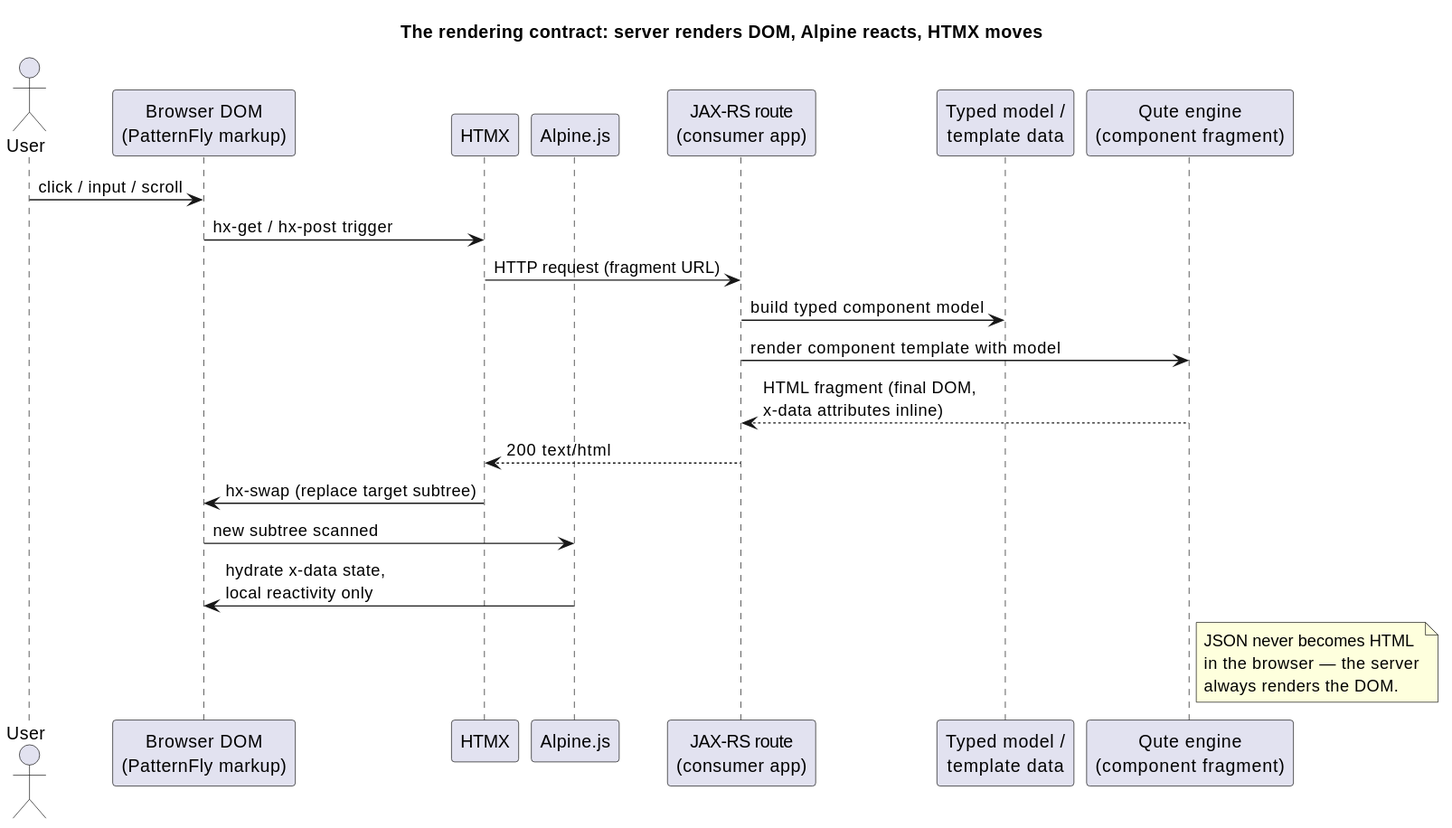
SiteNetSoft/quarkus-pha keeps this PlantUML diagram as docs/diagrams/sequence-htmx-render.svg. Above is the earlier version. The source it was exported from:
```plantuml
@startuml
title The rendering contract: server renders DOM, Alpine reacts, HTMX moves

actor User
participant "Browser DOM\n(PatternFly markup)" as DOM
participant "HTMX" as HTMX
participant "Alpine.js" as Alpine
participant "JAX-RS route\n(consumer app)" as Route
participant "Typed model /\ntemplate data" as Model
participant "Qute engine\n(component fragment)" as Qute

User -> DOM : click / input / scroll
DOM -> HTMX : hx-get / hx-post trigger
HTMX -> Route : HTTP request (fragment URL)
Route -> Model : build typed component model
Route -> Qute : render component template with model
Qute --> Route : HTML fragment (final DOM,\nx-data attributes inline)
Route --> HTMX : 200 text/html
HTMX -> DOM : hx-swap (replace target subtree)
DOM -> Alpine : new subtree scanned
Alpine -> DOM : hydrate x-data state,\nlocal reactivity only
note right of Qute
  JSON never becomes HTML
  in the browser — the server
  always renders the DOM.
end note
@enduml
```
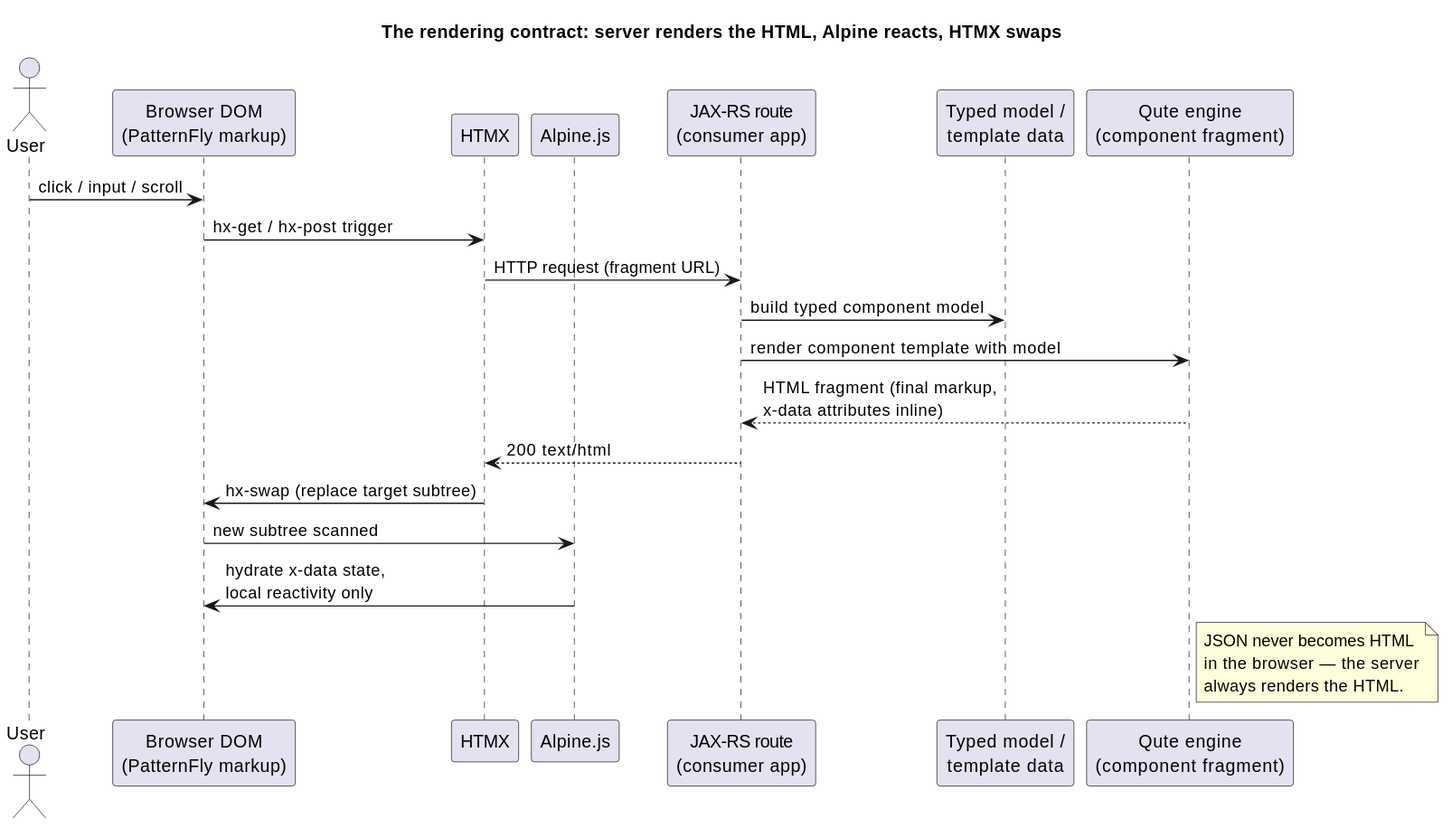
The same file after the commit.

What changed in the source:
```diff
@@ -1,5 +1,5 @@
 @startuml
-title The rendering contract: server renders DOM, Alpine reacts, HTMX moves
+title The rendering contract: server renders the HTML, Alpine reacts, HTMX swaps
 
 actor User
 participant "Browser DOM\n(PatternFly markup)" as DOM
@@ -14,7 +14,7 @@
 HTMX -> Route : HTTP request (fragment URL)
 Route -> Model : build typed component model
 Route -> Qute : render component template with model
-Qute --> Route : HTML fragment (final DOM,\nx-data attributes inline)
+Qute --> Route : HTML fragment (final markup,\nx-data attributes inline)
 Route --> HTMX : 200 text/html
 HTMX -> DOM : hx-swap (replace target subtree)
 DOM -> Alpine : new subtree scanned
@@ -22,6 +22,6 @@
 note right of Qute
   JSON never becomes HTML
   in the browser — the server
-  always renders the DOM.
+  always renders the HTML.
 end note
 @enduml
```
